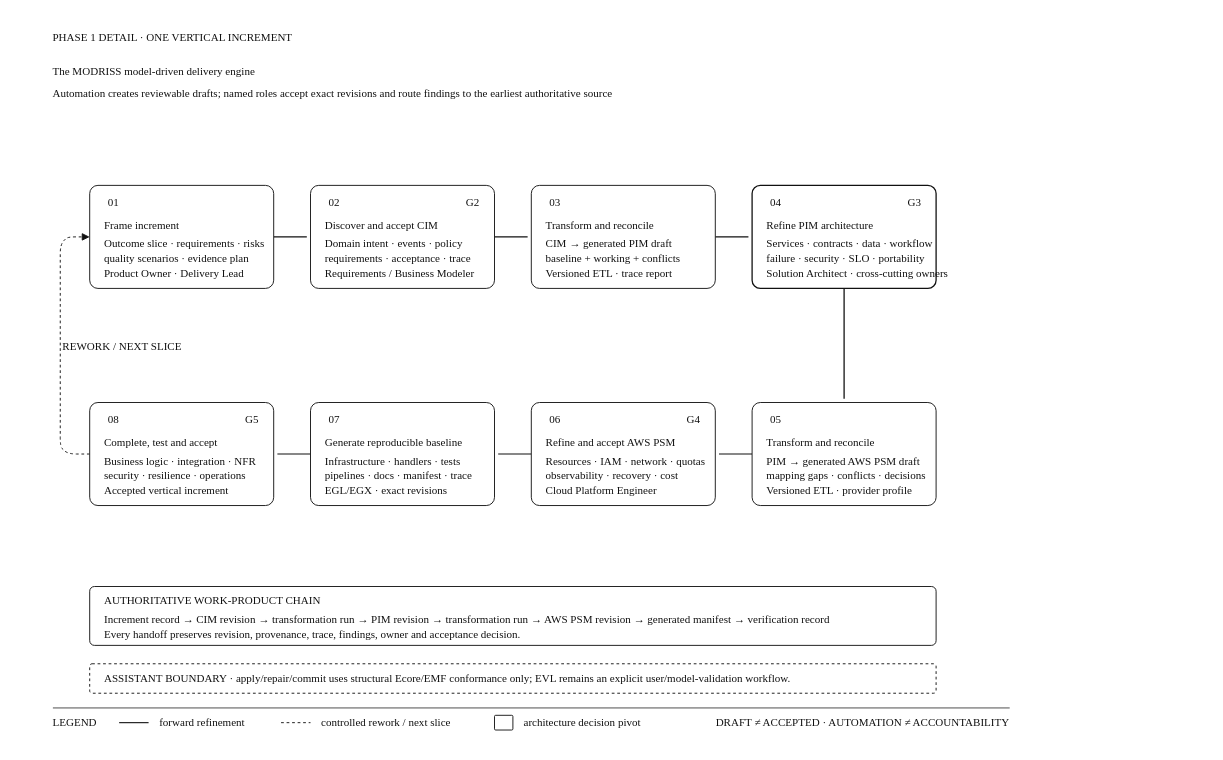
mehdieidi/modriss keeps this draw.io diagram as docs/public-docs/docs/assets/diagrams/modriss-model-driven-engine.drawio. Above is the earlier version. Source tidied: cells renumbered, new cells numbered last; positions are measured from the earlier drawing's top-left corner, leaving out a move shared by most shapes. Both pictures are drawn from the tidied source at 92%, with x=0, y=0 at pixel (16, 16).
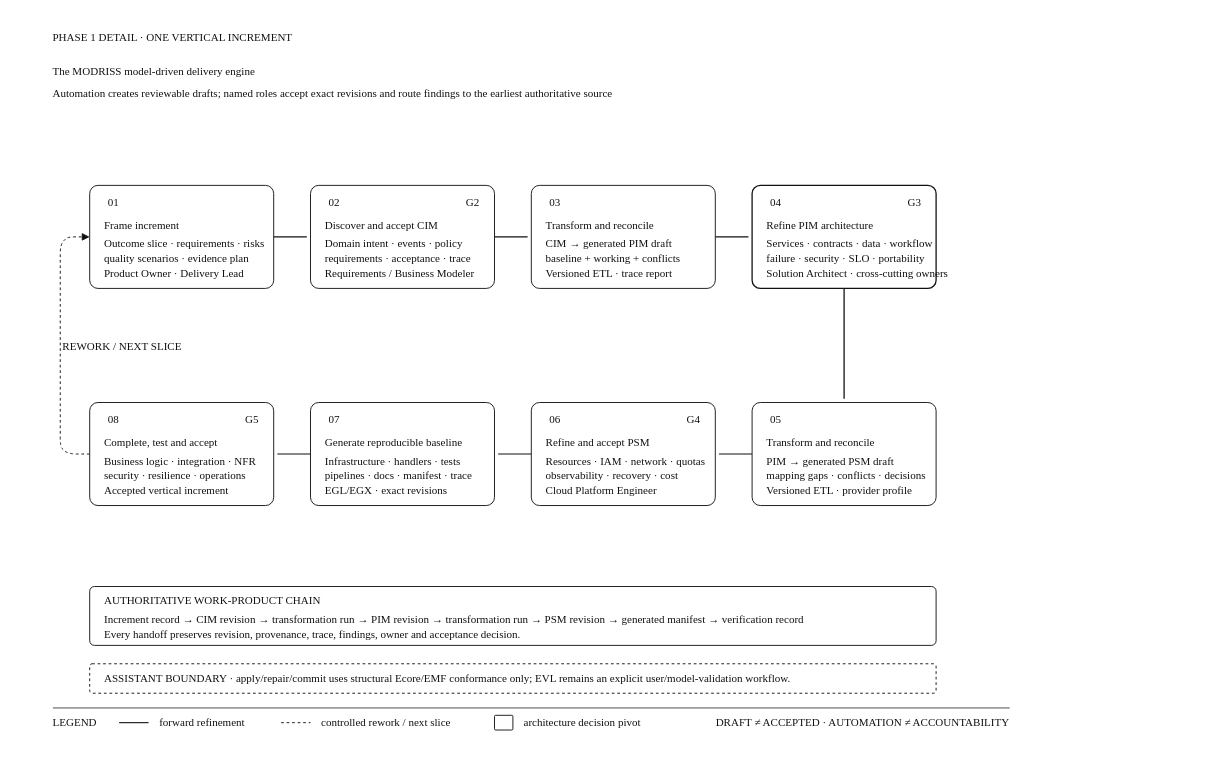
After the change.

Change to the diagram source:
```diff
@@
-    <mxCell id="62" value="PIM → generated AWS PSM draft" style="text;html=1;fontFamily=Times New Roman;fontSize=12;fontColor=#111111;verticalAlign=middle;align=left;whiteSpace=wrap;spacing=0;overflow=visible;" parent="1" vertex="1">
+    <mxCell id="62" value="PIM → generated PSM draft" style="text;html=1;fontFamily=Times New Roman;fontSize=12;fontColor=#111111;verticalAlign=middle;align=left;whiteSpace=wrap;spacing=0;overflow=visible;" parent="1" vertex="1">
       <mxGeometry x="816" y="475.5" width="223.8" height="17.4" as="geometry" />
     </mxCell>
@@
-    <mxCell id="67" value="Refine and accept AWS PSM" style="text;html=1;fontFamily=Times New Roman;fontSize=12;fontColor=#111111;verticalAlign=middle;align=left;whiteSpace=wrap;spacing=0;overflow=visible;" parent="1" vertex="1">
+    <mxCell id="67" value="Refine and accept PSM" style="text;html=1;fontFamily=Times New Roman;fontSize=12;fontColor=#111111;verticalAlign=middle;align=left;whiteSpace=wrap;spacing=0;overflow=visible;" parent="1" vertex="1">
       <mxGeometry x="576" y="455.5" width="194" height="17.4" as="geometry" />
     </mxCell>
@@
-    <mxCell id="83" value="Increment record → CIM revision → transformation run → PIM revision → transformation run →           AWS PSM revision → generated manifest → verification record" style="text;html=1;fontFamily=Times New Roman;fontSize=12;fontColor=#111111;verticalAlign=middle;align=left;whiteSpace=wrap;spacing=0;overflow=visible;" parent="1" vertex="1">
+    <mxCell id="83" value="Increment record → CIM revision → transformation run → PIM revision → transformation run →           PSM revision → generated manifest → verification record" style="text;html=1;fontFamily=Times New Roman;fontSize=12;fontColor=#111111;verticalAlign=middle;align=left;whiteSpace=wrap;spacing=0;overflow=visible;" parent="1" vertex="1">
       <mxGeometry x="96" y="647.5" width="1198.4" height="17.4" as="geometry" />
     </mxCell>
```
